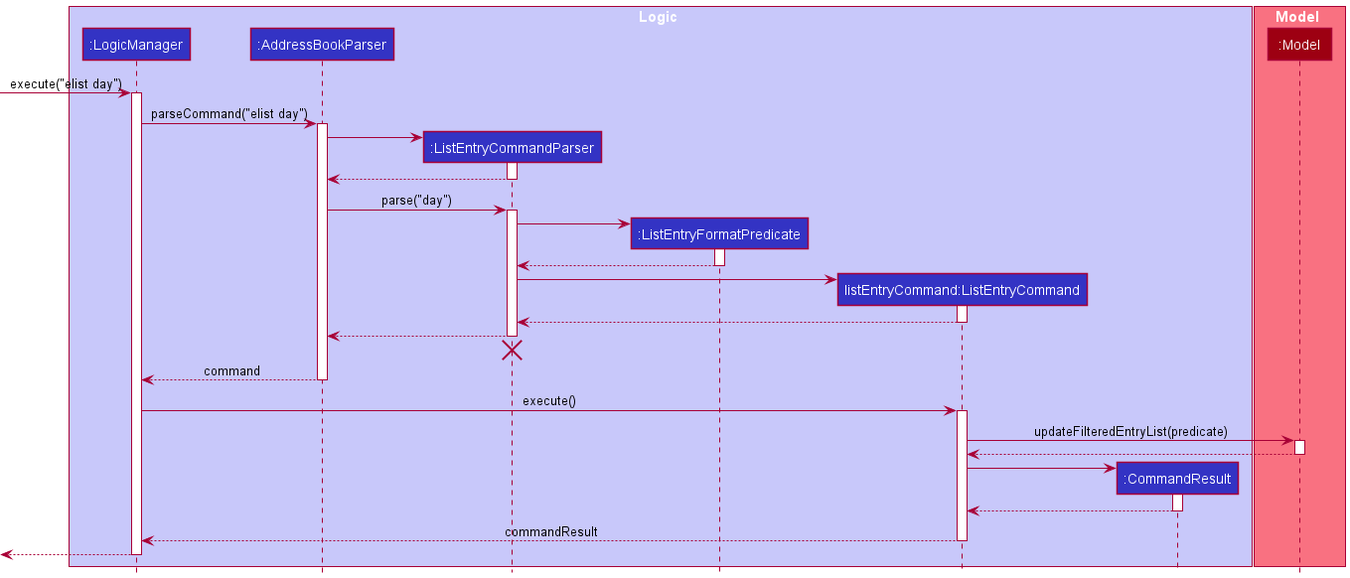
Above: docs/images/ListEntrySequenceDiagram.png in nus-cs2103-AY2021S2/tp (PlantUML), before the change.
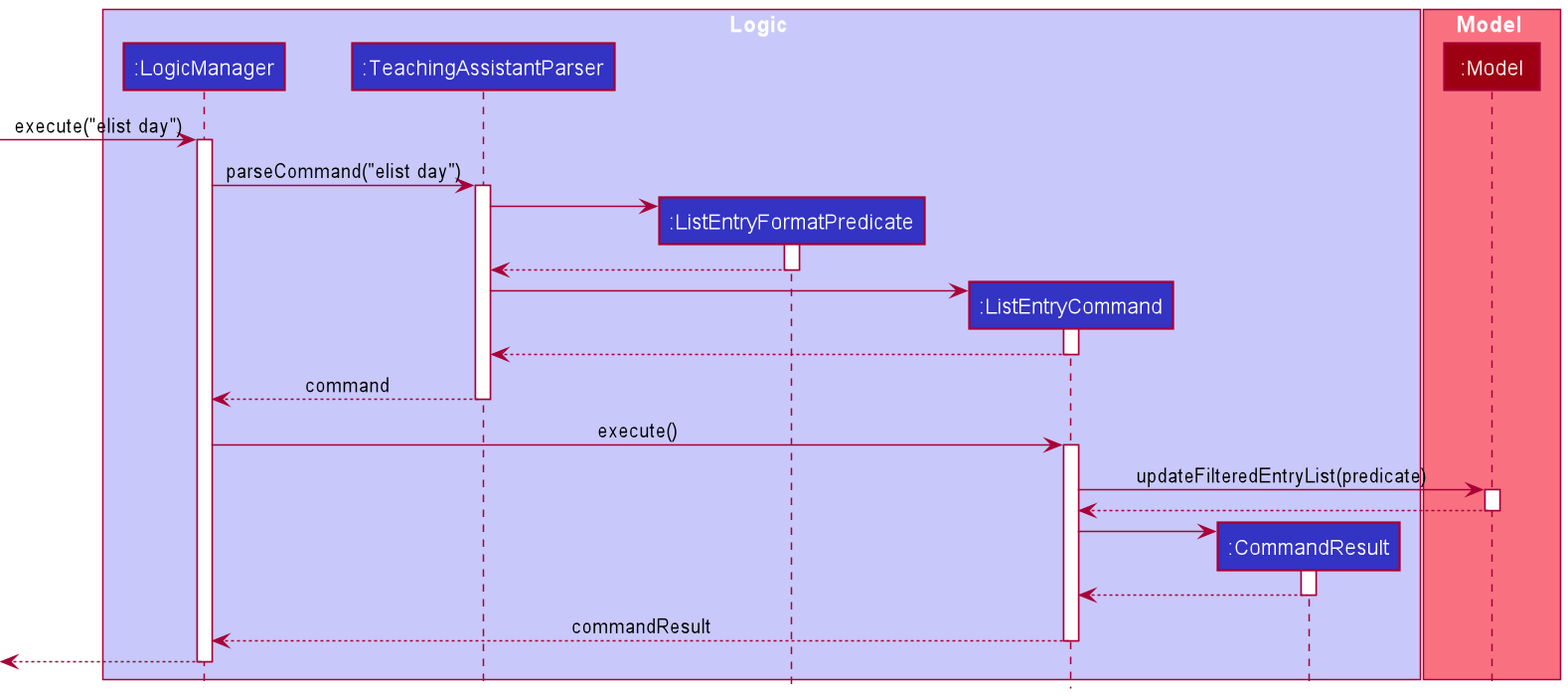
The same diagram one commit later.

Commit message:
Change Sequence Diagram

Change to the diagram source:
```diff
@@ -3,10 +3,9 @@
 
 box Logic LOGIC_COLOR_T1
 participant ":LogicManager" as LogicManager LOGIC_COLOR
-participant ":AddressBookParser" as AddressBookParser LOGIC_COLOR
-participant ":ListEntryCommandParser" as ListEntryCommandParser LOGIC_COLOR
+participant ":TeachingAssistantParser" as TeachingAssistantParser LOGIC_COLOR
 participant ":ListEntryFormatPredicate" as ListEntryFormatPredicate LOGIC_COLOR
-participant "listEntryCommand:ListEntryCommand" as ListEntryCommand LOGIC_COLOR
+participant ":ListEntryCommand" as ListEntryCommand LOGIC_COLOR
 participant ":CommandResult" as CommandResult LOGIC_COLOR
 end box
 
@@ -17,42 +16,27 @@
 [-> LogicManager : execute("elist day")
 activate LogicManager
 
-LogicManager -> AddressBookParser : parseCommand("elist day")
-activate AddressBookParser
-
-create ListEntryCommandParser
-AddressBookParser -> ListEntryCommandParser
-activate ListEntryCommandParser
-
-ListEntryCommandParser --> AddressBookParser
-deactivate ListEntryCommandParser
-
-AddressBookParser -> ListEntryCommandParser : parse("day")
-activate ListEntryCommandParser
+LogicManager -> TeachingAssistantParser : parseCommand("elist day")
+activate TeachingAssistantParser
 
 create ListEntryFormatPredicate
-ListEntryCommandParser -> ListEntryFormatPredicate
+TeachingAssistantParser -> ListEntryFormatPredicate
 activate ListEntryFormatPredicate
 
-ListEntryFormatPredicate --> ListEntryCommandParser
+ListEntryFormatPredicate --> TeachingAssistantParser
 deactivate ListEntryFormatPredicate
 
 create ListEntryCommand
-ListEntryCommandParser -> ListEntryCommand
+TeachingAssistantParser -> ListEntryCommand
 activate ListEntryCommand
 
-ListEntryCommand --> ListEntryCommandParser
+ListEntryCommand --> TeachingAssistantParser
 deactivate ListEntryCommand
 
-ListEntryCommandParser --> AddressBookParser
-deactivate ListEntryCommandParser
-ListEntryCommandParser -[hidden]-> AddressBookParser
-destroy ListEntryCommandParser
+TeachingAssistantParser --> LogicManager : command
+deactivate TeachingAssistantParser
 
-AddressBookParser --> LogicManager : command
-deactivate AddressBookParser
-
-LogicManager -> ListEntryCommand : execute()
+LogicManager-> ListEntryCommand : execute()
 activate ListEntryCommand
 
 ListEntryCommand -> Model : updateFilteredEntryList(predicate)
```
